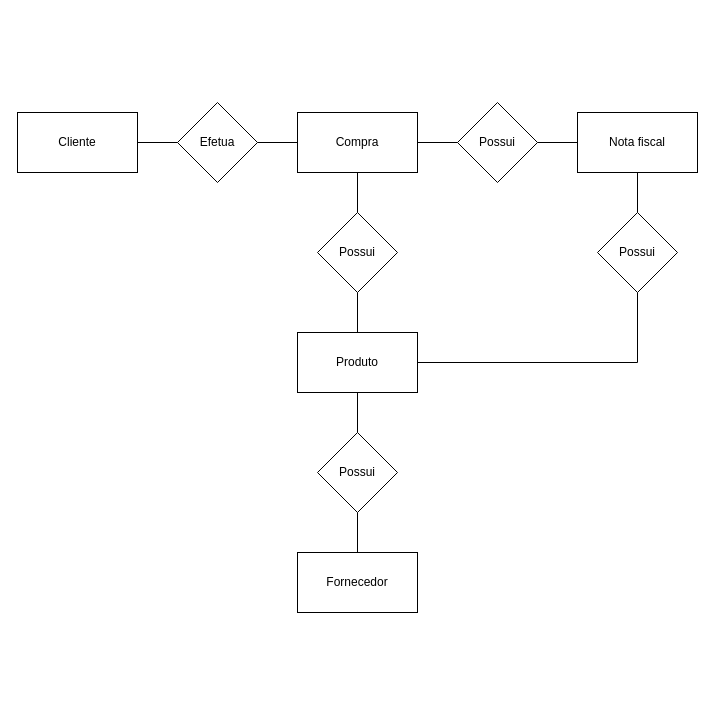
andreeeeeeeee/Engenharia_Software keeps this draw.io diagram as Lista2_04-04/Ex3.drawio. Above is the earlier version. Source tidied: cells renumbered, new cells numbered last; positions are measured from the earlier drawing's top-left corner, leaving out a move shared by most shapes. Both pictures are drawn from the tidied source at 100%, with x=0, y=0 at pixel (17, 102).
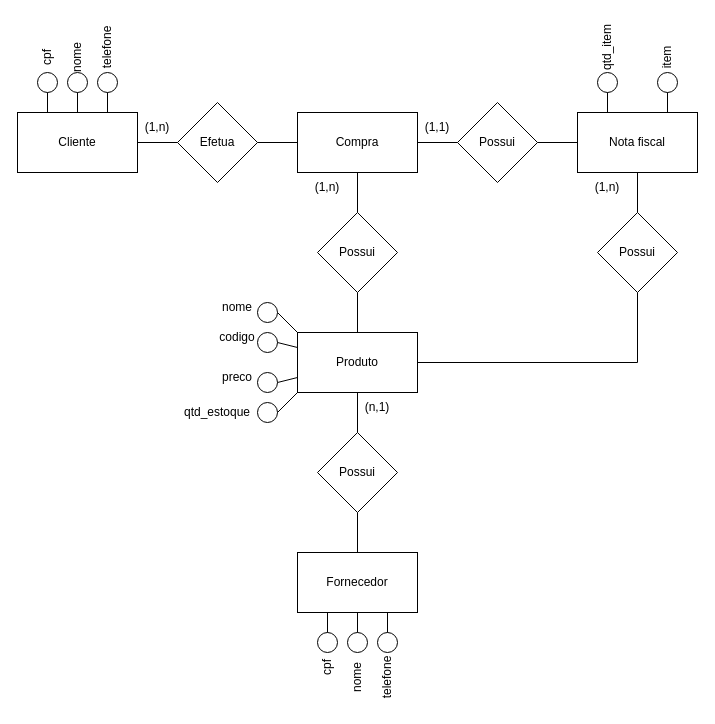
Above is the later version.

Unchanged cells that the change refers to:
```xml
<mxCell id="2" value="Cliente" style="rounded=0;whiteSpace=wrap;html=1;" parent="1" vertex="1">
  <mxGeometry y="10" width="120" height="60" as="geometry" />
</mxCell>
<mxCell id="6" value="Produto" style="rounded=0;whiteSpace=wrap;html=1;" parent="1" vertex="1">
  <mxGeometry x="280" y="230" width="120" height="60" as="geometry" />
</mxCell>
<mxCell id="8" value="Nota fiscal" style="rounded=0;whiteSpace=wrap;html=1;" parent="1" vertex="1">
  <mxGeometry x="560" y="10" width="120" height="60" as="geometry" />
</mxCell>
<mxCell id="11" value="Fornecedor" style="rounded=0;whiteSpace=wrap;html=1;" parent="1" vertex="1">
  <mxGeometry x="280" y="450" width="120" height="60" as="geometry" />
</mxCell>
```

Change to the diagram source:
```diff
@@
+    <mxCell id="22" style="ellipse;whiteSpace=wrap;html=1;" parent="1" vertex="1">
+      <mxGeometry x="20" y="-30" width="20" height="20" as="geometry" />
+    </mxCell>
+    <mxCell id="23" style="ellipse;whiteSpace=wrap;html=1;" parent="1" vertex="1">
+      <mxGeometry x="50" y="-30" width="20" height="20" as="geometry" />
+    </mxCell>
+    <mxCell id="24" style="ellipse;whiteSpace=wrap;html=1;" parent="1" vertex="1">
+      <mxGeometry x="80" y="-30" width="20" height="20" as="geometry" />
+    </mxCell>
+    <mxCell id="25" style="endArrow=none;html=1;rounded=0;entryX=0.5;entryY=1;entryDx=0;entryDy=0;exitX=0.5;exitY=0;exitDx=0;exitDy=0;" parent="1" edge="1" source="2" target="23">
+      <mxGeometry relative="1" as="geometry" />
+    </mxCell>
+    <mxCell id="26" style="endArrow=none;html=1;rounded=0;entryX=0.5;entryY=1;entryDx=0;entryDy=0;exitX=0.25;exitY=0;exitDx=0;exitDy=0;" parent="1" edge="1" source="2" target="22">
+      <mxGeometry relative="1" as="geometry" />
+    </mxCell>
+    <mxCell id="27" style="endArrow=none;html=1;rounded=0;entryX=0.5;entryY=1;entryDx=0;entryDy=0;exitX=0.75;exitY=0;exitDx=0;exitDy=0;" parent="1" edge="1" source="2" target="24">
+      <mxGeometry relative="1" as="geometry" />
+    </mxCell>
+    <mxCell id="28" value="cpf" style="text;html=1;strokeColor=none;fillColor=none;align=center;verticalAlign=middle;whiteSpace=wrap;rounded=0;rotation=-90;" parent="1" vertex="1">
+      <mxGeometry y="-60" width="60" height="30" as="geometry" />
+    </mxCell>
+    <mxCell id="29" value="nome" style="text;html=1;strokeColor=none;fillColor=none;align=center;verticalAlign=middle;whiteSpace=wrap;rounded=0;rotation=-90;" parent="1" vertex="1">
+      <mxGeometry x="30" y="-60" width="60" height="30" as="geometry" />
+    </mxCell>
+    <mxCell id="30" value="telefone" style="text;html=1;strokeColor=none;fillColor=none;align=center;verticalAlign=middle;whiteSpace=wrap;rounded=0;rotation=-90;" parent="1" vertex="1">
+      <mxGeometry x="60" y="-70" width="60" height="30" as="geometry" />
+    </mxCell>
+    <mxCell id="31" value="(1,n)" style="text;html=1;strokeColor=none;fillColor=none;align=center;verticalAlign=middle;whiteSpace=wrap;rounded=0;" parent="1" vertex="1">
+      <mxGeometry x="110" y="10" width="60" height="30" as="geometry" />
+    </mxCell>
+    <mxCell id="32" style="ellipse;whiteSpace=wrap;html=1;" parent="1" vertex="1">
+      <mxGeometry x="300" y="530" width="20" height="20" as="geometry" />
+    </mxCell>
+    <mxCell id="33" style="ellipse;whiteSpace=wrap;html=1;" parent="1" vertex="1">
+      <mxGeometry x="330" y="530" width="20" height="20" as="geometry" />
+    </mxCell>
+    <mxCell id="34" style="ellipse;whiteSpace=wrap;html=1;" parent="1" vertex="1">
+      <mxGeometry x="360" y="530" width="20" height="20" as="geometry" />
+    </mxCell>
+    <mxCell id="35" value="cpf" style="text;html=1;strokeColor=none;fillColor=none;align=center;verticalAlign=middle;whiteSpace=wrap;rounded=0;rotation=-90;" parent="1" vertex="1">
+      <mxGeometry x="280" y="550" width="60" height="30" as="geometry" />
+    </mxCell>
+    <mxCell id="36" value="nome" style="text;html=1;strokeColor=none;fillColor=none;align=center;verticalAlign=middle;whiteSpace=wrap;rounded=0;rotation=-90;" parent="1" vertex="1">
+      <mxGeometry x="310" y="560" width="60" height="30" as="geometry" />
+    </mxCell>
+    <mxCell id="37" value="telefone" style="text;html=1;strokeColor=none;fillColor=none;align=center;verticalAlign=middle;whiteSpace=wrap;rounded=0;rotation=-90;" parent="1" vertex="1">
+      <mxGeometry x="340" y="560" width="60" height="30" as="geometry" />
+    </mxCell>
+    <mxCell id="38" style="endArrow=none;html=1;rounded=0;entryX=0.25;entryY=1;entryDx=0;entryDy=0;exitX=0.5;exitY=0;exitDx=0;exitDy=0;" parent="1" edge="1" source="32" target="11">
+      <mxGeometry relative="1" as="geometry" />
+    </mxCell>
+    <mxCell id="39" style="endArrow=none;html=1;rounded=0;entryX=0.5;entryY=1;entryDx=0;entryDy=0;exitX=0.5;exitY=0;exitDx=0;exitDy=0;" parent="1" edge="1" source="33" target="11">
+      <mxGeometry relative="1" as="geometry" />
+    </mxCell>
+    <mxCell id="40" style="endArrow=none;html=1;rounded=0;entryX=0.75;entryY=1;entryDx=0;entryDy=0;exitX=0.5;exitY=0;exitDx=0;exitDy=0;" parent="1" edge="1" source="34" target="11">
+      <mxGeometry relative="1" as="geometry" />
+    </mxCell>
+    <mxCell id="41" value="(1,1)" style="text;html=1;strokeColor=none;fillColor=none;align=center;verticalAlign=middle;whiteSpace=wrap;rounded=0;" parent="1" vertex="1">
+      <mxGeometry x="390" y="10" width="60" height="30" as="geometry" />
+    </mxCell>
+    <mxCell id="42" style="ellipse;whiteSpace=wrap;html=1;" parent="1" vertex="1">
+      <mxGeometry x="580" y="-30" width="20" height="20" as="geometry" />
+    </mxCell>
+    <mxCell id="43" value="qtd_item" style="text;html=1;strokeColor=none;fillColor=none;align=center;verticalAlign=middle;whiteSpace=wrap;rounded=0;rotation=-90;" parent="1" vertex="1">
+      <mxGeometry x="560" y="-70" width="60" height="30" as="geometry" />
+    </mxCell>
+    <mxCell id="44" style="endArrow=none;html=1;rounded=0;entryX=0.5;entryY=1;entryDx=0;entryDy=0;exitX=0.25;exitY=0;exitDx=0;exitDy=0;" parent="1" edge="1" source="8" target="42">
+      <mxGeometry relative="1" as="geometry" />
+    </mxCell>
+    <mxCell id="45" style="ellipse;whiteSpace=wrap;html=1;" parent="1" vertex="1">
+      <mxGeometry x="640" y="-30" width="20" height="20" as="geometry" />
+    </mxCell>
+    <mxCell id="46" value="&lt;div&gt;item&lt;/div&gt;" style="text;html=1;strokeColor=none;fillColor=none;align=center;verticalAlign=middle;whiteSpace=wrap;rounded=0;rotation=-90;" parent="1" vertex="1">
+      <mxGeometry x="620" y="-60" width="60" height="30" as="geometry" />
+    </mxCell>
+    <mxCell id="47" style="endArrow=none;html=1;rounded=0;entryX=0.5;entryY=1;entryDx=0;entryDy=0;exitX=0.75;exitY=0;exitDx=0;exitDy=0;" parent="1" edge="1" source="8" target="45">
+      <mxGeometry relative="1" as="geometry" />
+    </mxCell>
+    <mxCell id="48" value="(1,n)" style="text;html=1;strokeColor=none;fillColor=none;align=center;verticalAlign=middle;whiteSpace=wrap;rounded=0;" parent="1" vertex="1">
+      <mxGeometry x="560" y="70" width="60" height="30" as="geometry" />
+    </mxCell>
+    <mxCell id="49" value="(n,1)" style="text;html=1;strokeColor=none;fillColor=none;align=center;verticalAlign=middle;whiteSpace=wrap;rounded=0;" parent="1" vertex="1">
+      <mxGeometry x="330" y="290" width="60" height="30" as="geometry" />
+    </mxCell>
+    <mxCell id="50" value="(1,n)" style="text;html=1;strokeColor=none;fillColor=none;align=center;verticalAlign=middle;whiteSpace=wrap;rounded=0;" parent="1" vertex="1">
+      <mxGeometry x="280" y="70" width="60" height="30" as="geometry" />
+    </mxCell>
+    <mxCell id="51" style="ellipse;whiteSpace=wrap;html=1;" parent="1" vertex="1">
+      <mxGeometry x="240" y="270" width="20" height="20" as="geometry" />
+    </mxCell>
+    <mxCell id="52" style="ellipse;whiteSpace=wrap;html=1;" parent="1" vertex="1">
+      <mxGeometry x="240" y="230" width="20" height="20" as="geometry" />
+    </mxCell>
+    <mxCell id="53" style="ellipse;whiteSpace=wrap;html=1;" parent="1" vertex="1">
+      <mxGeometry x="240" y="200" width="20" height="20" as="geometry" />
+    </mxCell>
+    <mxCell id="54" style="ellipse;whiteSpace=wrap;html=1;" parent="1" vertex="1">
+      <mxGeometry x="240" y="300" width="20" height="20" as="geometry" />
+    </mxCell>
+    <mxCell id="55" style="endArrow=none;html=1;rounded=0;entryX=1;entryY=0.5;entryDx=0;entryDy=0;exitX=0;exitY=1;exitDx=0;exitDy=0;" parent="1" edge="1" source="6" target="54">
+      <mxGeometry relative="1" as="geometry" />
+    </mxCell>
+    <mxCell id="56" style="endArrow=none;html=1;rounded=0;entryX=0;entryY=0.75;entryDx=0;entryDy=0;exitX=1;exitY=0.5;exitDx=0;exitDy=0;" parent="1" edge="1" source="51" target="6">
+      <mxGeometry relative="1" as="geometry" />
+    </mxCell>
+    <mxCell id="57" style="endArrow=none;html=1;rounded=0;entryX=1;entryY=0.5;entryDx=0;entryDy=0;exitX=0;exitY=0;exitDx=0;exitDy=0;" parent="1" edge="1" source="6" target="53">
+      <mxGeometry relative="1" as="geometry" />
+    </mxCell>
+    <mxCell id="58" style="endArrow=none;html=1;rounded=0;entryX=0;entryY=0.25;entryDx=0;entryDy=0;exitX=1;exitY=0.5;exitDx=0;exitDy=0;" parent="1" edge="1" source="52" target="6">
+      <mxGeometry relative="1" as="geometry" />
+    </mxCell>
+    <mxCell id="59" value="nome" style="text;html=1;strokeColor=none;fillColor=none;align=center;verticalAlign=middle;whiteSpace=wrap;rounded=0;" parent="1" vertex="1">
+      <mxGeometry x="190" y="190" width="60" height="30" as="geometry" />
+    </mxCell>
+    <mxCell id="60" value="codigo" style="text;html=1;strokeColor=none;fillColor=none;align=center;verticalAlign=middle;whiteSpace=wrap;rounded=0;" parent="1" vertex="1">
+      <mxGeometry x="190" y="220" width="60" height="30" as="geometry" />
+    </mxCell>
+    <mxCell id="61" value="preco" style="text;html=1;strokeColor=none;fillColor=none;align=center;verticalAlign=middle;whiteSpace=wrap;rounded=0;" parent="1" vertex="1">
+      <mxGeometry x="190" y="260" width="60" height="30" as="geometry" />
+    </mxCell>
+    <mxCell id="62" value="qtd_estoque" style="text;html=1;strokeColor=none;fillColor=none;align=center;verticalAlign=middle;whiteSpace=wrap;rounded=0;" parent="1" vertex="1">
+      <mxGeometry x="170" y="295" width="60" height="30" as="geometry" />
+    </mxCell>
```
